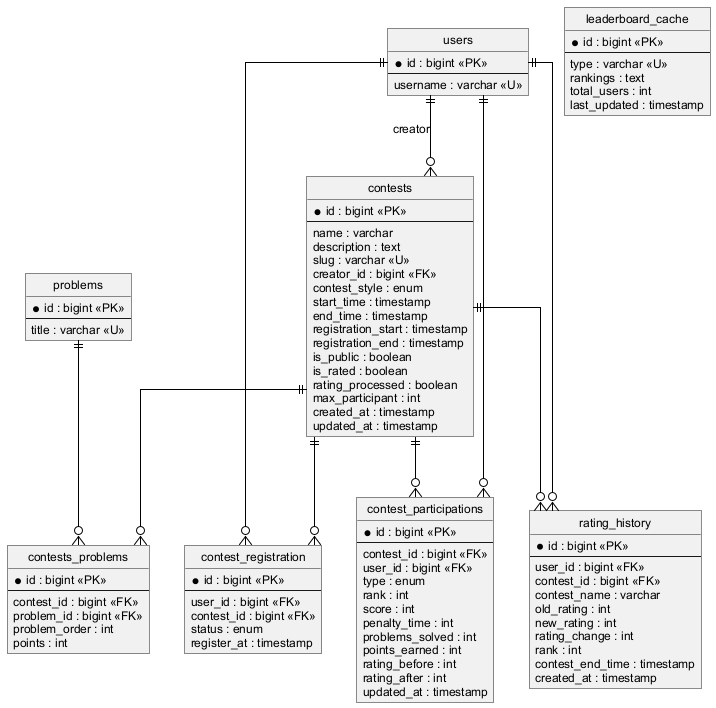
The PlantUML diagram Thesis/final/figures/erd-contest.png in InfiniteGosi/TDTUOJ, before a commit. Its diagram source:
```plantuml
@startuml erd-contest
skinparam shadowing false
skinparam defaultFontName Arial
skinparam defaultFontSize 12
skinparam linetype ortho
skinparam roundCorner 0
skinparam ArrowColor #000000
skinparam EntityBorderColor #000000
skinparam EntityBackgroundColor #FFFFFF
skinparam EntityFontColor #000000
hide circle

entity "users" as users {
  *id : bigint <<PK>>
  --
  username : varchar <<U>>
}

entity "problems" as problems {
  *id : bigint <<PK>>
  --
  title : varchar <<U>>
}

entity "contests" as contests {
  *id : bigint <<PK>>
  --
  name : varchar
  description : text
  slug : varchar <<U>>
  creator_id : bigint <<FK>>
  contest_style : enum
  start_time : timestamp
  end_time : timestamp
  registration_start : timestamp
  registration_end : timestamp
  is_public : boolean
  is_rated : boolean
  rating_processed : boolean
  max_participant : int
  created_at : timestamp
  updated_at : timestamp
}

entity "contests_problems" as contests_problems {
  *id : bigint <<PK>>
  --
  contest_id : bigint <<FK>>
  problem_id : bigint <<FK>>
  problem_order : int
  points : int
}

entity "contest_registration" as contest_registration {
  *id : bigint <<PK>>
  --
  user_id : bigint <<FK>>
  contest_id : bigint <<FK>>
  status : enum
  register_at : timestamp
}

entity "contest_participations" as contest_participations {
  *id : bigint <<PK>>
  --
  contest_id : bigint <<FK>>
  user_id : bigint <<FK>>
  type : enum
  rank : int
  score : int
  penalty_time : int
  problems_solved : int
  points_earned : int
  rating_before : int
  rating_after : int
  updated_at : timestamp
}

entity "rating_history" as rating_history {
  *id : bigint <<PK>>
  --
  user_id : bigint <<FK>>
  contest_id : bigint <<FK>>
  contest_name : varchar
  old_rating : int
  new_rating : int
  rating_change : int
  rank : int
  contest_end_time : timestamp
  created_at : timestamp
}

entity "leaderboard_cache" as leaderboard_cache {
  *id : bigint <<PK>>
  --
  type : varchar <<U>>
  rankings : text
  total_users : int
  last_updated : timestamp
}

users    ||--o{ contests              : creator
contests ||--o{ contests_problems
problems ||--o{ contests_problems
users    ||--o{ contest_registration
contests ||--o{ contest_registration
users    ||--o{ contest_participations
contests ||--o{ contest_participations
users    ||--o{ rating_history
contests ||--o{ rating_history
@enduml
```
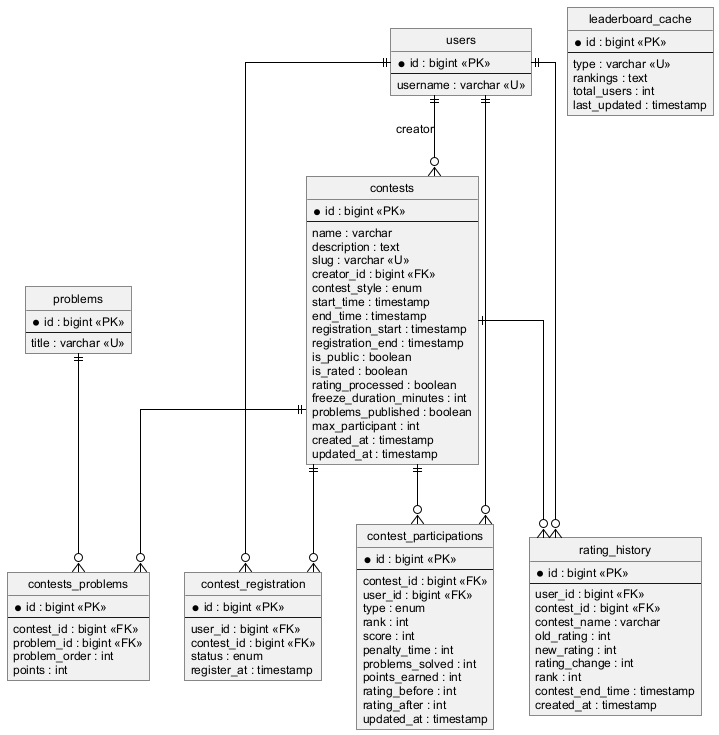
Later version of the same file.

Diff of the diagram source:
```diff
@@ -37,6 +37,8 @@
   is_public : boolean
   is_rated : boolean
   rating_processed : boolean
+  freeze_duration_minutes : int
+  problems_published : boolean
   max_participant : int
   created_at : timestamp
   updated_at : timestamp
```
